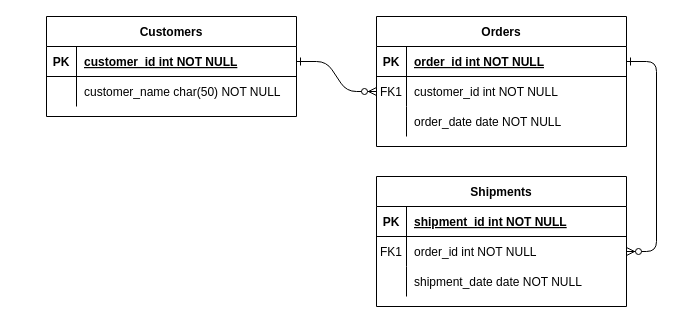
Before: RVSolutionsER.drawio in JasonDinh345/RV-Solutions, a draw.io diagram. Source tidied: cells renumbered, new cells numbered last; positions are measured from the earlier drawing's top-left corner, leaving out a move shared by most shapes. Both pictures are drawn from the tidied source at 100%, with x=0, y=0 at pixel (46, 16).
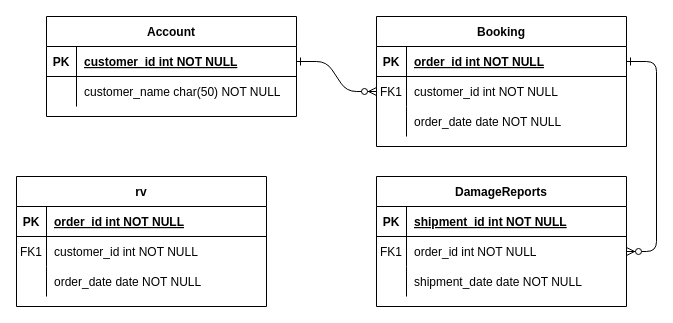
Above is the later version.

The edit, as a diff of the source:
```diff
@@
-    <mxCell id="4" value="Orders" style="shape=table;startSize=30;childLayout=tableLayout;rowLines=0;fontStyle=1;align=center;" parent="1" vertex="1">
+    <mxCell id="4" value="Booking" style="shape=table;startSize=30;childLayout=tableLayout;rowLines=0;fontStyle=1;align=center;" parent="1" vertex="1">
       <mxGeometry x="330" width="250" height="130" as="geometry" />
     </mxCell>
@@
-    <mxCell id="14" value="Shipments" style="shape=table;startSize=30;childLayout=tableLayout;rowLines=0;fontStyle=1;align=center;" parent="1" vertex="1">
+    <mxCell id="14" value="DamageReports" style="shape=table;startSize=30;childLayout=tableLayout;rowLines=0;fontStyle=1;align=center;" parent="1" vertex="1">
       <mxGeometry x="330" y="160" width="250" height="130" as="geometry" />
     </mxCell>
@@
-    <mxCell id="24" value="Customers" style="shape=table;startSize=30;childLayout=tableLayout;rowLines=0;fontStyle=1;align=center;" parent="1" vertex="1">
+    <mxCell id="24" value="Account" style="shape=table;startSize=30;childLayout=tableLayout;rowLines=0;fontStyle=1;align=center;" parent="1" vertex="1">
       <mxGeometry width="250" height="100" as="geometry" />
     </mxCell>
@@
+    <mxCell id="31" value="rv" style="shape=table;startSize=30;childLayout=tableLayout;rowLines=0;fontStyle=1;align=center;" parent="1" vertex="1">
+      <mxGeometry x="-30" y="160" width="250" height="130" as="geometry" />
+    </mxCell>
+    <mxCell id="32" style="shape=partialRectangle;fillColor=none;top=0;left=0;right=0;bottom=1;" parent="31" vertex="1">
+      <mxGeometry y="30" width="250" height="30" as="geometry" />
+    </mxCell>
+    <mxCell id="33" value="PK" style="shape=partialRectangle;overflow=hidden;fillColor=none;top=0;left=0;bottom=0;right=0;fontStyle=1;" parent="32" vertex="1">
+      <mxGeometry width="30" height="30" as="geometry" />
+    </mxCell>
+    <mxCell id="34" value="order_id int NOT NULL " style="shape=partialRectangle;overflow=hidden;fillColor=none;top=0;left=0;bottom=0;right=0;align=left;spacingLeft=6;fontStyle=5;" parent="32" vertex="1">
+      <mxGeometry x="30" width="220" height="30" as="geometry" />
+    </mxCell>
+    <mxCell id="35" style="shape=partialRectangle;fillColor=none;top=0;left=0;right=0;bottom=0;" parent="31" vertex="1">
+      <mxGeometry y="60" width="250" height="30" as="geometry" />
+    </mxCell>
+    <mxCell id="36" value="FK1" style="shape=partialRectangle;overflow=hidden;fillColor=none;top=0;left=0;bottom=0;right=0;" parent="35" vertex="1">
+      <mxGeometry width="30" height="30" as="geometry" />
+    </mxCell>
+    <mxCell id="37" value="customer_id int NOT NULL" style="shape=partialRectangle;overflow=hidden;fillColor=none;top=0;left=0;bottom=0;right=0;align=left;spacingLeft=6;" parent="35" vertex="1">
+      <mxGeometry x="30" width="220" height="30" as="geometry" />
+    </mxCell>
+    <mxCell id="38" style="shape=partialRectangle;fillColor=none;top=0;left=0;right=0;bottom=0;" parent="31" vertex="1">
+      <mxGeometry y="90" width="250" height="30" as="geometry" />
+    </mxCell>
+    <mxCell id="39" style="shape=partialRectangle;overflow=hidden;fillColor=none;top=0;left=0;bottom=0;right=0;" parent="38" vertex="1">
+      <mxGeometry width="30" height="30" as="geometry" />
+    </mxCell>
+    <mxCell id="40" value="order_date date NOT NULL" style="shape=partialRectangle;overflow=hidden;fillColor=none;top=0;left=0;bottom=0;right=0;align=left;spacingLeft=6;" parent="38" vertex="1">
+      <mxGeometry x="30" width="220" height="30" as="geometry" />
+    </mxCell>
```
